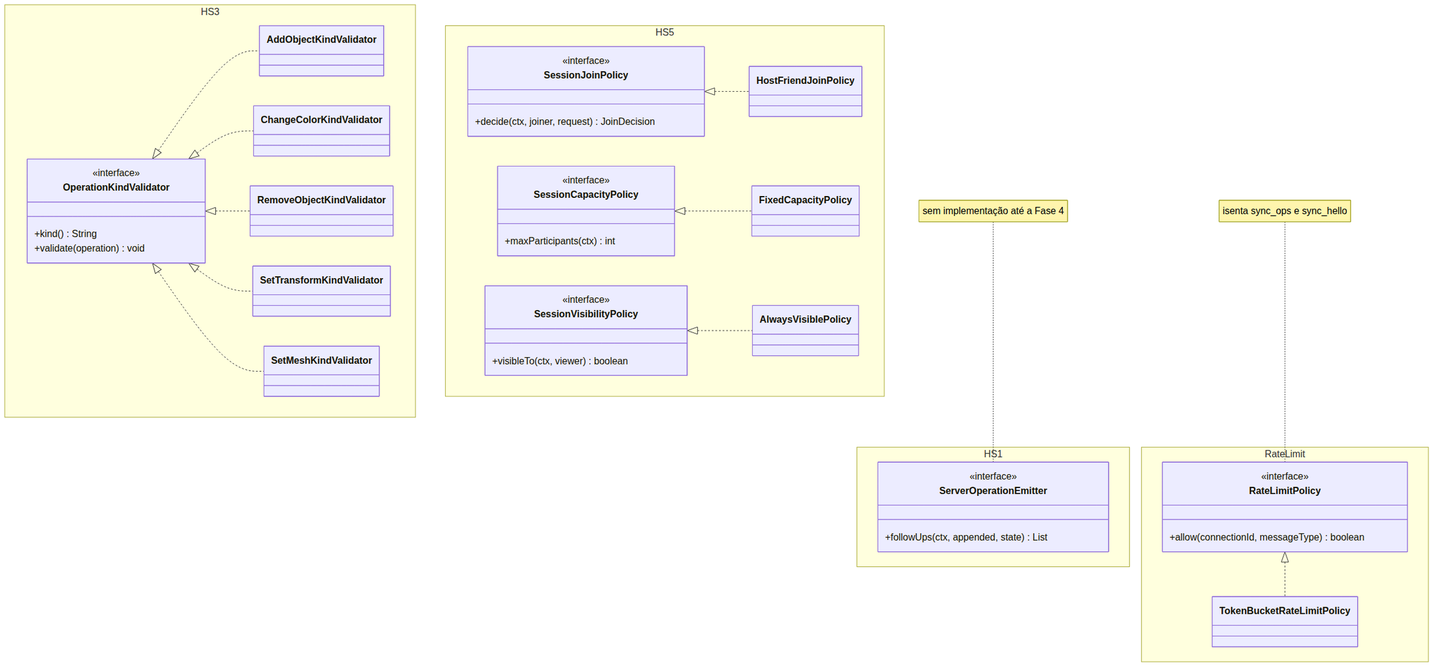
Before: docs/diagrams/out/b2-spis-conexao-validacao.png, a diagram exported from Mermaid (ssugary/BlenderPDS). Its source is kept beside it as docs/diagrams/src/b2-spis-conexao-validacao.mmd. Its diagram source:
```mermaid
classDiagram
    classDef frozen fill:#dbeafe,stroke:#1e40af,color:#0f172a
    classDef hotspot fill:#fef3c7,stroke:#b45309,color:#0f172a
    classDef app fill:#dcfce7,stroke:#166534,color:#0f172a

    namespace HS1 {
        class ServerOperationEmitter {
            <<interface>>
            +followUps(ctx, appended, state) List
        }
    }
    namespace HS3 {
        class OperationKindValidator {
            <<interface>>
            +kind() String
            +validate(operation) void
        }
        class AddObjectKindValidator
        class ChangeColorKindValidator
        class RemoveObjectKindValidator
        class SetTransformKindValidator
        class SetMeshKindValidator
    }
    namespace HS5 {
        class SessionJoinPolicy {
            <<interface>>
            +decide(ctx, joiner, request) JoinDecision
        }
        class SessionCapacityPolicy {
            <<interface>>
            +maxParticipants(ctx) int
        }
        class SessionVisibilityPolicy {
            <<interface>>
            +visibleTo(ctx, viewer) boolean
        }
        class HostFriendJoinPolicy
        class FixedCapacityPolicy
        class AlwaysVisiblePolicy
    }
    namespace RateLimit {
        class RateLimitPolicy {
            <<interface>>
            +allow(connectionId, messageType) boolean
        }
        class TokenBucketRateLimitPolicy
    }

    OperationKindValidator <|.. AddObjectKindValidator
    OperationKindValidator <|.. ChangeColorKindValidator
    OperationKindValidator <|.. RemoveObjectKindValidator
    OperationKindValidator <|.. SetTransformKindValidator
    OperationKindValidator <|.. SetMeshKindValidator
    SessionJoinPolicy <|.. HostFriendJoinPolicy
    SessionCapacityPolicy <|.. FixedCapacityPolicy
    SessionVisibilityPolicy <|.. AlwaysVisiblePolicy
    RateLimitPolicy <|.. TokenBucketRateLimitPolicy

    note for ServerOperationEmitter "sem implementação até a Fase 4"
    note for RateLimitPolicy "isenta sync_ops e sync_hello"

    cssClass "OperationKindValidator,SessionJoinPolicy,SessionCapacityPolicy,SessionVisibilityPolicy,ServerOperationEmitter,RateLimitPolicy" hotspot
    cssClass "HostFriendJoinPolicy,FixedCapacityPolicy,AlwaysVisiblePolicy,TokenBucketRateLimitPolicy" frozen
    cssClass "AddObjectKindValidator,ChangeColorKindValidator,RemoveObjectKindValidator,SetTransformKindValidator,SetMeshKindValidator" app
```
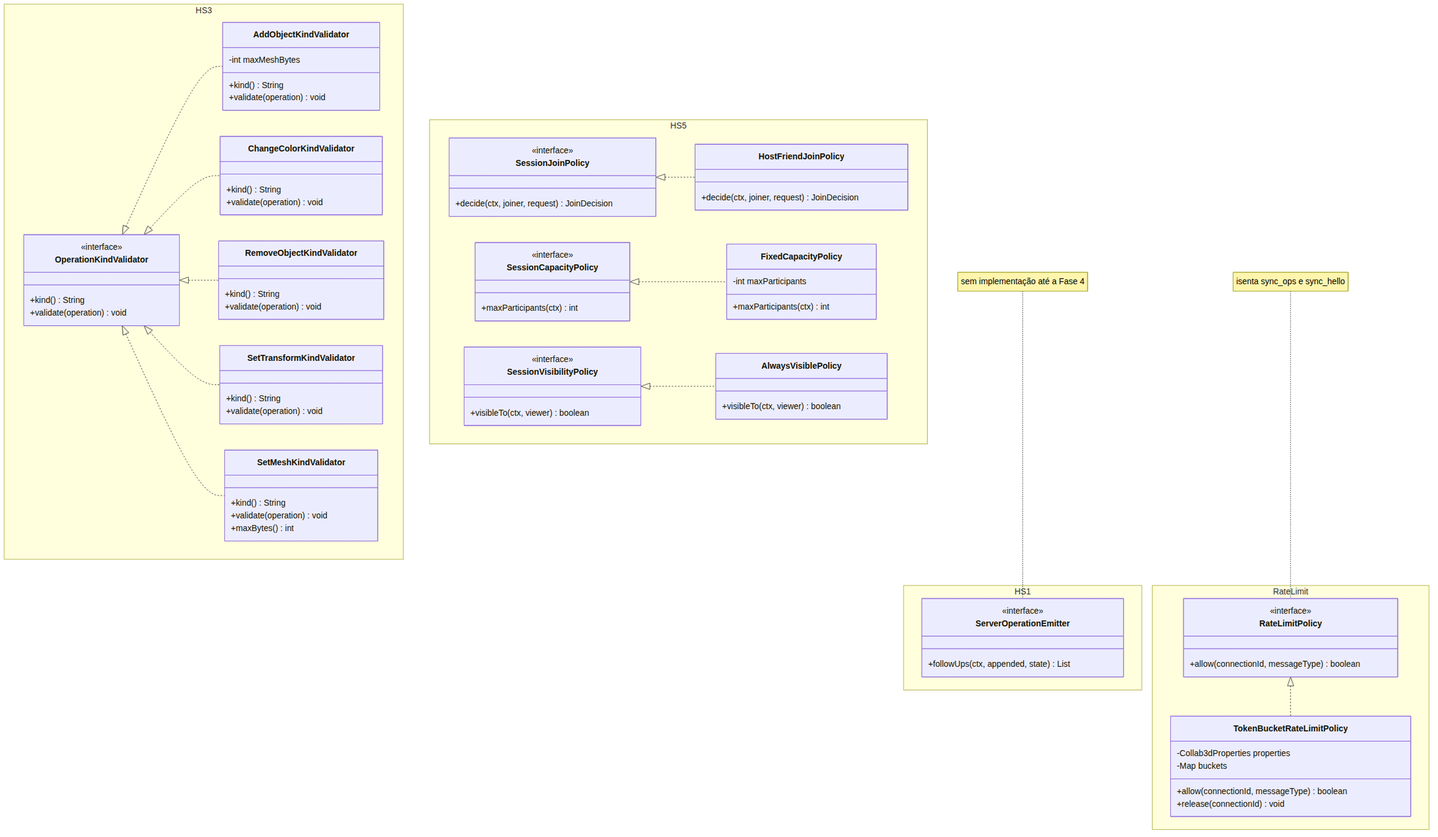
The same diagram one commit later.

Change to the diagram source:
```diff
@@ -15,11 +15,28 @@
             +kind() String
             +validate(operation) void
         }
-        class AddObjectKindValidator
-        class ChangeColorKindValidator
-        class RemoveObjectKindValidator
-        class SetTransformKindValidator
-        class SetMeshKindValidator
+        class AddObjectKindValidator {
+        +kind() String
+        +validate(operation) void
+        -int maxMeshBytes
+        }
+        class ChangeColorKindValidator {
+        +kind() String
+        +validate(operation) void
+        }
+        class RemoveObjectKindValidator {
+        +kind() String
+        +validate(operation) void
+        }
+        class SetTransformKindValidator {
+        +kind() String
+        +validate(operation) void
+        }
+        class SetMeshKindValidator {
+        +kind() String
+        +validate(operation) void
+        +maxBytes() int
+        }
     }
     namespace HS5 {
         class SessionJoinPolicy {
@@ -34,16 +51,28 @@
             <<interface>>
             +visibleTo(ctx, viewer) boolean
         }
-        class HostFriendJoinPolicy
-        class FixedCapacityPolicy
-        class AlwaysVisiblePolicy
+        class HostFriendJoinPolicy {
+        +decide(ctx, joiner, request) JoinDecision
+        }
+        class FixedCapacityPolicy {
+        -int maxParticipants
+        +maxParticipants(ctx) int
+        }
+        class AlwaysVisiblePolicy {
+        +visibleTo(ctx, viewer) boolean
+        }
     }
     namespace RateLimit {
         class RateLimitPolicy {
             <<interface>>
             +allow(connectionId, messageType) boolean
         }
-        class TokenBucketRateLimitPolicy
+        class TokenBucketRateLimitPolicy {
+        -Collab3dProperties properties
+        -Map buckets
+        +allow(connectionId, messageType) boolean
+        +release(connectionId) void
+        }
     }
 
     OperationKindValidator <|.. AddObjectKindValidator
```
